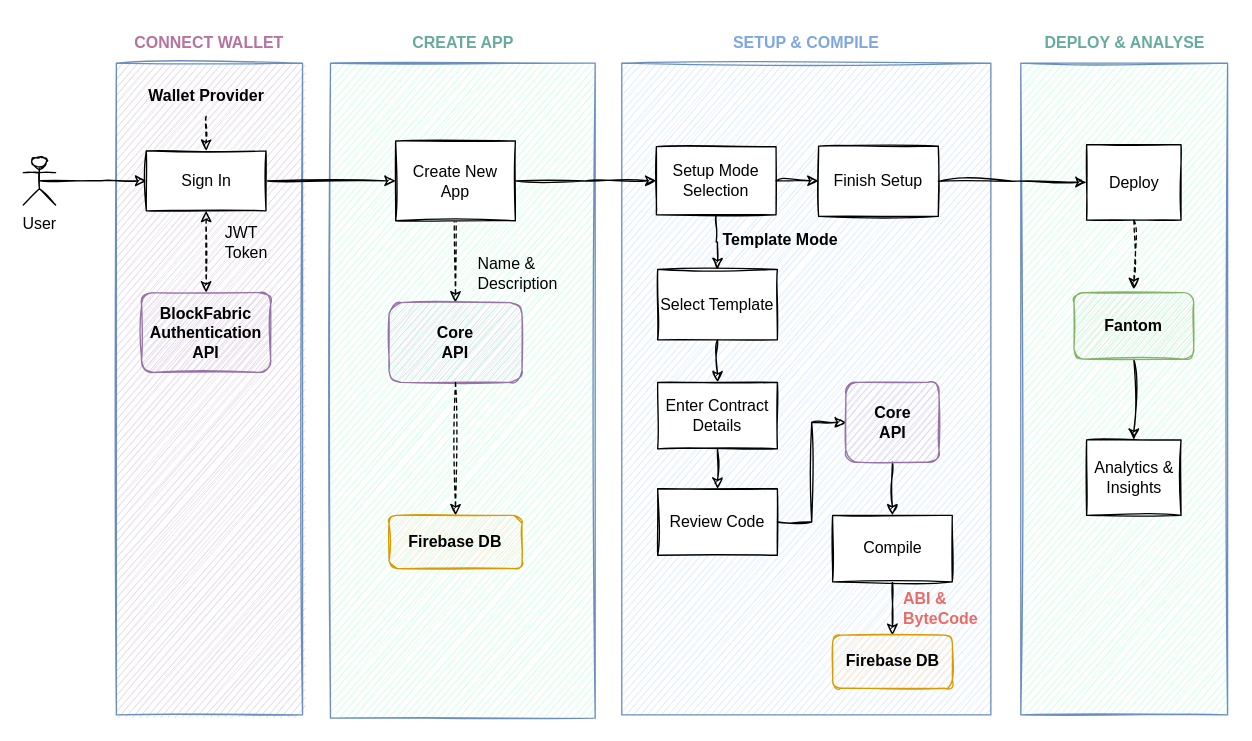
The draw.io diagram docs/diagrams/blockfabric-flow.drawio in Synergy-aurora/Blocks-XDC, before the edit. Source tidied: cells renumbered, new cells numbered last; positions are measured from the earlier drawing's top-left corner, leaving out a move shared by most shapes. Both pictures are drawn from the tidied source at 133%, with x=0, y=0 at pixel (23, 23).
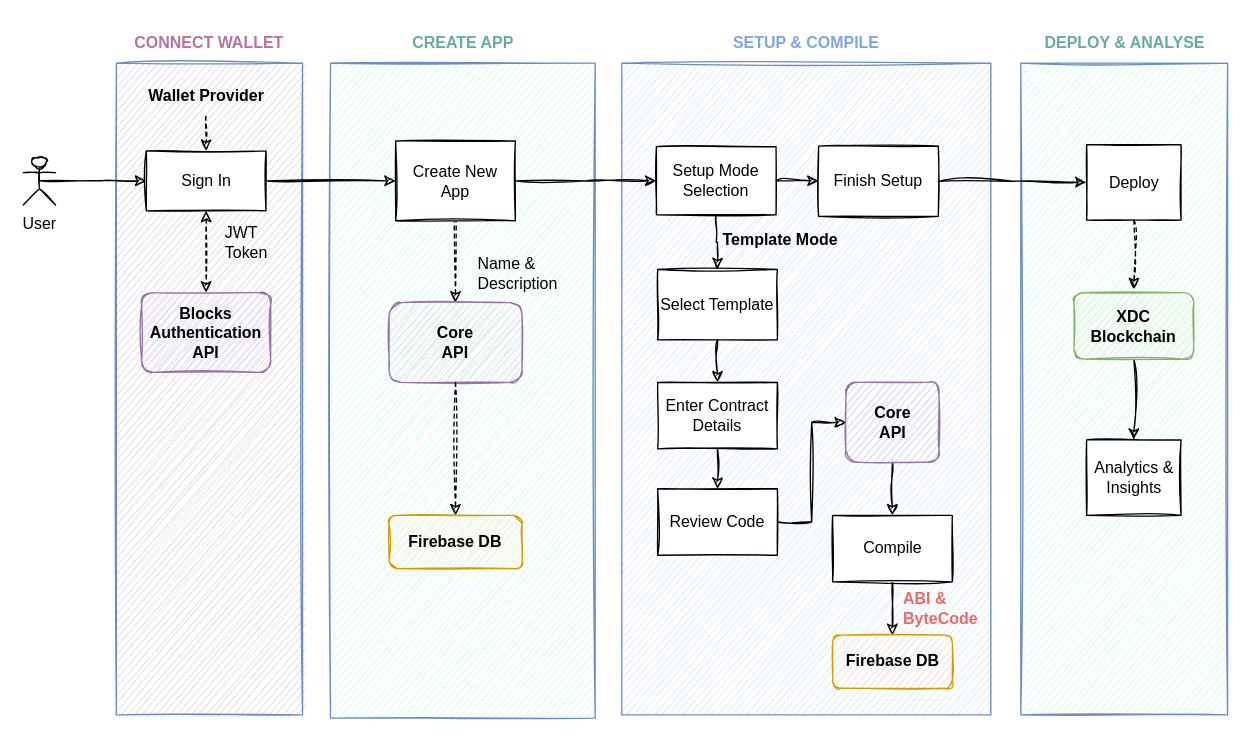
The same diagram, later.

The edit, as a diff of the source:
```diff
@@
-    <mxCell id="10" value="Fantom" style="rounded=1;whiteSpace=wrap;html=1;fillColor=#d5e8d4;strokeColor=#82b366;sketch=1;fontStyle=1;" parent="1" vertex="1">
+    <mxCell id="10" value="XDC Blockchain" style="rounded=1;whiteSpace=wrap;html=1;fillColor=#d5e8d4;strokeColor=#82b366;sketch=1;fontStyle=1;" parent="1" vertex="1">
       <mxGeometry x="790" y="202.5" width="90" height="50" as="geometry" />
     </mxCell>
@@
-    <mxCell id="25" value="BlockFabric Authentication&lt;br&gt;API" style="rounded=1;whiteSpace=wrap;html=1;fillColor=#e1d5e7;strokeColor=#9673a6;sketch=1;fontStyle=1;" parent="1" vertex="1">
+    <mxCell id="25" value="Blocks Authentication&lt;br&gt;API" style="rounded=1;whiteSpace=wrap;html=1;fillColor=#e1d5e7;strokeColor=#9673a6;sketch=1;fontStyle=1;" parent="1" vertex="1">
       <mxGeometry x="89" y="202.5" width="97" height="60" as="geometry" />
     </mxCell>
```
